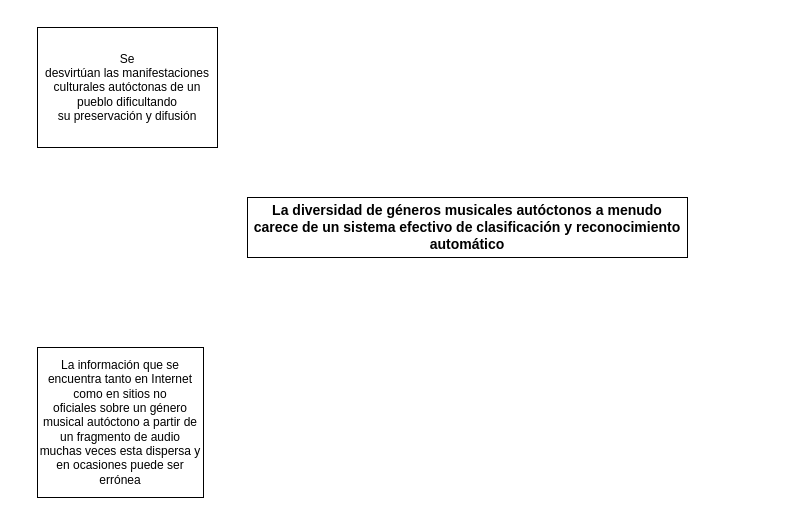
severocruz/twitor keeps this draw.io diagram as Diagrama sin título.drawio. Above is the earlier version. Source tidied: cells renumbered, new cells numbered last; positions are measured from the earlier drawing's top-left corner, leaving out a move shared by most shapes. Both pictures are drawn from the tidied source at 100%, with x=0, y=0 at pixel (37, 27).
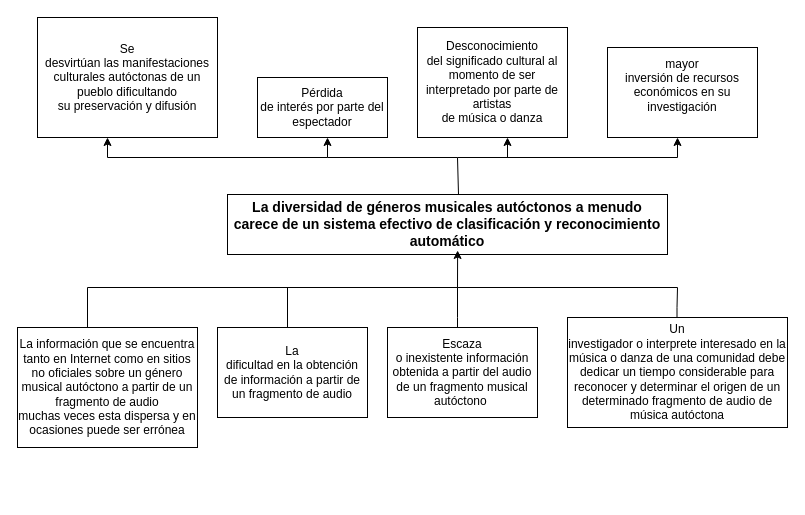
The same diagram, later.

Change to the diagram source:
```diff
@@
     <mxCell id="2" value="&lt;b style=&quot;font-size: 14px;&quot;&gt;La&amp;nbsp;diversidad de géneros musicales autóctonos a menudo carece de un sistema&amp;nbsp;efectivo de clasificación y reconocimiento automático&lt;/b&gt;" style="rounded=0;whiteSpace=wrap;html=1;align=center;" parent="1" vertex="1">
-      <mxGeometry x="210" y="170" width="440" height="60" as="geometry" />
+      <mxGeometry x="190" y="167" width="440" height="60" as="geometry" />
     </mxCell>
     <mxCell id="3" value="La&amp;nbsp;información que se encuentra tanto en Internet como en sitios no oficiales&amp;nbsp;sobre un género musical autóctono a partir de un fragmento de audio muchas&amp;nbsp;veces esta dispersa y en ocasiones puede ser errónea" style="rounded=0;whiteSpace=wrap;html=1;" parent="1" vertex="1">
-      <mxGeometry y="320" width="166" height="150" as="geometry" />
+      <mxGeometry x="-20" y="300" width="180" height="120" as="geometry" />
     </mxCell>
     <mxCell id="4" value="Se&lt;br&gt;desvirtúan las manifestaciones culturales autóctonas de un pueblo dificultando&lt;br&gt;su preservación y difusión" style="rounded=0;whiteSpace=wrap;html=1;" parent="1" vertex="1">
-      <mxGeometry width="180" height="120" as="geometry" />
+      <mxGeometry y="-10" width="180" height="120" as="geometry" />
     </mxCell>
+    <mxCell id="5" value="La&lt;br/&gt;dificultad en la obtención de información a partir de un fragmento de audio" style="rounded=0;whiteSpace=wrap;html=1;" parent="1" vertex="1">
+      <mxGeometry x="180" y="300" width="150" height="90" as="geometry" />
+    </mxCell>
+    <mxCell id="6" value="Pérdida&lt;br&gt;de interés por parte del espectador" style="rounded=0;whiteSpace=wrap;html=1;" parent="1" vertex="1">
+      <mxGeometry x="220" y="50" width="130" height="60" as="geometry" />
+    </mxCell>
+    <mxCell id="7" value="Escaza&lt;br&gt;o inexistente información obtenida a partir del audio de un fragmento musical&lt;br&gt;autóctono&amp;nbsp;" style="rounded=0;whiteSpace=wrap;html=1;" parent="1" vertex="1">
+      <mxGeometry x="350" y="300" width="150" height="90" as="geometry" />
+    </mxCell>
+    <mxCell id="8" value="Desconocimiento&lt;br&gt;del significado cultural al momento de ser interpretado por parte de artistas&lt;br&gt;de música o danza" style="rounded=0;whiteSpace=wrap;html=1;" parent="1" vertex="1">
+      <mxGeometry x="380" width="150" height="110" as="geometry" />
+    </mxCell>
+    <mxCell id="9" value="Un&lt;br/&gt;investigador o interprete interesado en la música o danza de una comunidad debe&lt;br/&gt;dedicar un tiempo considerable para reconocer y determinar el origen de un&lt;br/&gt;determinado fragmento de audio de música autóctona" style="rounded=0;whiteSpace=wrap;html=1;" parent="1" vertex="1">
+      <mxGeometry x="530" y="290" width="220" height="110" as="geometry" />
+    </mxCell>
+    <mxCell id="10" value="&lt;font style=&quot;font-size: 12px;&quot;&gt;&lt;br&gt;&lt;span style=&quot;font-family: Arial, sans-serif;&quot;&gt;mayor&lt;br&gt;inversión de recursos económicos en su investigación&lt;/span&gt;&lt;br&gt;&lt;br&gt;&lt;br&gt;&lt;/font&gt;" style="rounded=0;whiteSpace=wrap;html=1;" parent="1" vertex="1">
+      <mxGeometry x="570" y="20" width="150" height="90" as="geometry" />
+    </mxCell>
+    <mxCell id="11" style="endArrow=classic;html=1;rounded=0;entryX=0.523;entryY=0.933;entryDx=0;entryDy=0;entryPerimeter=0;" parent="1" edge="1" target="2">
+      <mxGeometry relative="1" as="geometry">
+        <mxPoint x="50" y="300" as="sourcePoint" />
+        <Array as="points">
+          <mxPoint x="50" y="260" />
+          <mxPoint x="420" y="260" />
+        </Array>
+      </mxGeometry>
+    </mxCell>
+    <mxCell id="12" style="endArrow=none;html=1;rounded=0;" parent="1" edge="1">
+      <mxGeometry relative="1" as="geometry">
+        <mxPoint x="250" y="300" as="sourcePoint" />
+        <mxPoint x="250" y="260" as="targetPoint" />
+      </mxGeometry>
+    </mxCell>
+    <mxCell id="13" style="endArrow=none;html=1;rounded=0;" parent="1" edge="1">
+      <mxGeometry relative="1" as="geometry">
+        <mxPoint x="420" y="300" as="sourcePoint" />
+        <mxPoint x="420" y="260" as="targetPoint" />
+        <Array as="points">
+          <mxPoint x="420" y="290" />
+        </Array>
+      </mxGeometry>
+    </mxCell>
+    <mxCell id="14" style="endArrow=none;html=1;rounded=0;" parent="1" edge="1">
+      <mxGeometry relative="1" as="geometry">
+        <mxPoint x="639.5" y="290" as="sourcePoint" />
+        <mxPoint x="420" y="260" as="targetPoint" />
+        <Array as="points">
+          <mxPoint x="639.5" y="280" />
+          <mxPoint x="640" y="260" />
+        </Array>
+      </mxGeometry>
+    </mxCell>
+    <mxCell id="15" style="endArrow=classic;html=1;rounded=0;exitX=0.525;exitY=0;exitDx=0;exitDy=0;exitPerimeter=0;" parent="1" edge="1" source="2">
+      <mxGeometry relative="1" as="geometry">
+        <mxPoint x="640" y="110" as="targetPoint" />
+        <Array as="points">
+          <mxPoint x="420" y="130" />
+          <mxPoint x="640" y="130" />
+          <mxPoint x="640" y="110" />
+        </Array>
+      </mxGeometry>
+    </mxCell>
+    <mxCell id="16" style="endArrow=classic;html=1;rounded=0;" parent="1" edge="1">
+      <mxGeometry relative="1" as="geometry">
+        <mxPoint x="470" y="130" as="sourcePoint" />
+        <mxPoint x="470" y="110" as="targetPoint" />
+        <Array as="points">
+          <mxPoint x="470" y="130" />
+          <mxPoint x="470" y="110" />
+        </Array>
+      </mxGeometry>
+    </mxCell>
+    <mxCell id="17" style="endArrow=classic;html=1;rounded=0;" parent="1" edge="1">
+      <mxGeometry relative="1" as="geometry">
+        <mxPoint x="420" y="130" as="sourcePoint" />
+        <mxPoint x="290" y="110" as="targetPoint" />
+        <Array as="points">
+          <mxPoint x="290" y="130" />
+        </Array>
+      </mxGeometry>
+    </mxCell>
+    <mxCell id="18" style="endArrow=classic;html=1;rounded=0;" parent="1" edge="1">
+      <mxGeometry relative="1" as="geometry">
+        <mxPoint x="290" y="130" as="sourcePoint" />
+        <mxPoint x="70" y="110" as="targetPoint" />
+        <Array as="points">
+          <mxPoint x="70" y="130" />
+        </Array>
+      </mxGeometry>
+    </mxCell>
```
